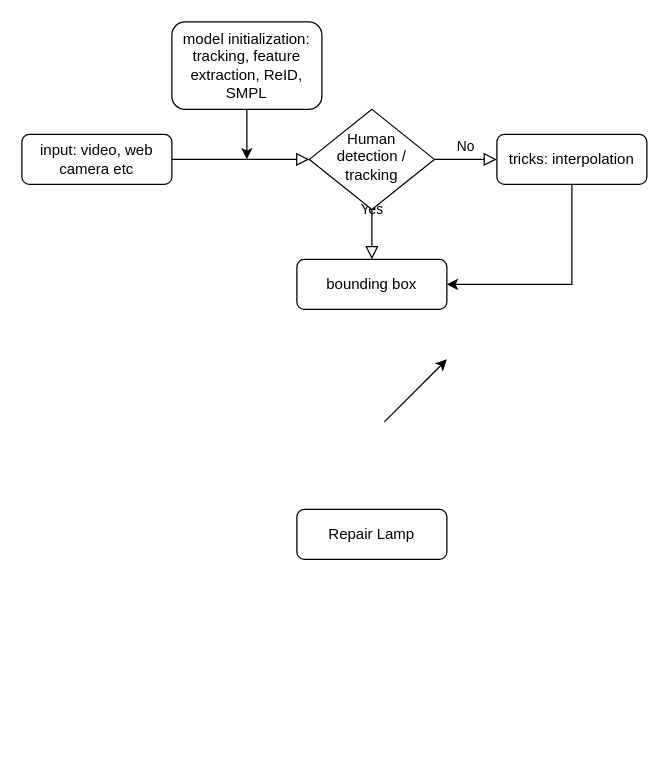
Before: suiying_pipeline.drawio in zhewei-mt/zhewei-mt, a draw.io diagram. Source tidied: cells renumbered, new cells numbered last; positions are measured from the earlier drawing's top-left corner, leaving out a move shared by most shapes. Both pictures are drawn from the tidied source at 125%, with x=0, y=0 at pixel (21, 21).
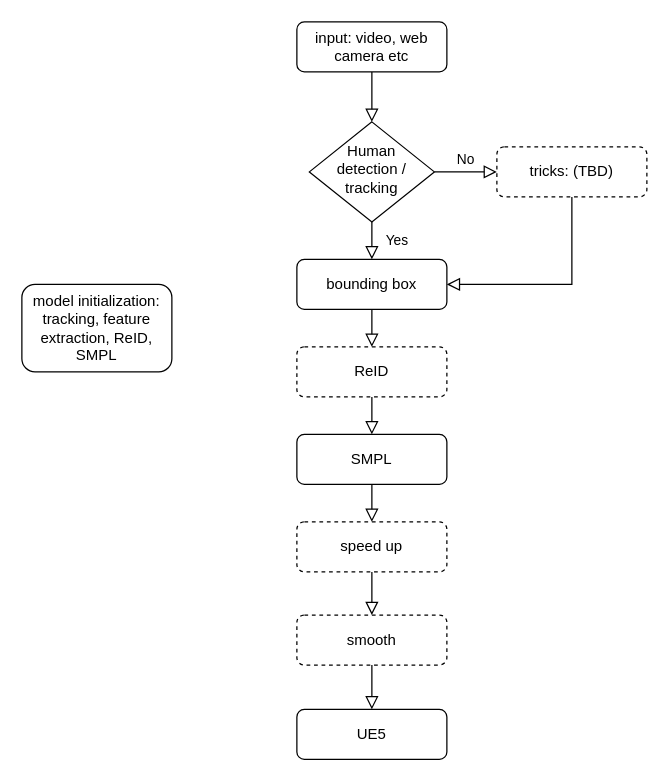
After the change.

Unchanged cells that the change refers to:
```xml
<mxCell id="10" value="bounding box" style="rounded=1;whiteSpace=wrap;html=1;fontSize=12;glass=0;strokeWidth=1;shadow=0;" parent="1" vertex="1">
  <mxGeometry x="220" y="190" width="120" height="40" as="geometry" />
</mxCell>
```

What changed in the source:
```diff
@@
     <mxCell id="3" value="input: video, web camera etc" style="rounded=1;whiteSpace=wrap;html=1;fontSize=12;glass=0;strokeWidth=1;shadow=0;" parent="1" vertex="1">
-      <mxGeometry y="90" width="120" height="40" as="geometry" />
+      <mxGeometry x="220" width="120" height="40" as="geometry" />
     </mxCell>
@@
     <mxCell id="6" value="Human detection / tracking" style="rhombus;whiteSpace=wrap;html=1;shadow=0;fontFamily=Helvetica;fontSize=12;align=center;strokeWidth=1;spacing=6;spacingTop=-4;" parent="1" vertex="1">
-      <mxGeometry x="230" y="70" width="100" height="80" as="geometry" />
+      <mxGeometry x="230" y="80" width="100" height="80" as="geometry" />
     </mxCell>
-    <mxCell id="7" style="edgeStyle=orthogonalEdgeStyle;rounded=0;jettySize=auto;html=1;exitX=0.5;exitY=1;exitDx=0;exitDy=0;entryX=1;entryY=0.5;entryDx=0;entryDy=0;" parent="1" edge="1" source="8" target="10">
-      <mxGeometry relative="1" as="geometry" />
-    </mxCell>
-    <mxCell id="8" value="tricks: interpolation" style="rounded=1;whiteSpace=wrap;html=1;fontSize=12;glass=0;strokeWidth=1;shadow=0;" parent="1" vertex="1">
-      <mxGeometry x="380" y="90" width="120" height="40" as="geometry" />
+    <mxCell id="8" value="tricks: (TBD)" style="rounded=1;whiteSpace=wrap;html=1;fontSize=12;glass=0;strokeWidth=1;shadow=0;dashed=1;" parent="1" vertex="1">
+      <mxGeometry x="380" y="100" width="120" height="40" as="geometry" />
     </mxCell>
-    <mxCell id="9" value="Repair Lamp" style="rounded=1;whiteSpace=wrap;html=1;fontSize=12;glass=0;strokeWidth=1;shadow=0;" parent="1" vertex="1">
-      <mxGeometry x="220" y="390" width="120" height="40" as="geometry" />
+    <mxCell id="9" value="SMPL" style="rounded=1;whiteSpace=wrap;html=1;fontSize=12;glass=0;strokeWidth=1;shadow=0;" parent="1" vertex="1">
+      <mxGeometry x="220" y="330" width="120" height="40" as="geometry" />
     </mxCell>
@@
-    <mxCell id="11" style="edgeStyle=orthogonalEdgeStyle;rounded=0;jettySize=auto;html=1;exitX=0.5;exitY=1;exitDx=0;exitDy=0;" parent="1" edge="1" source="12">
-      <mxGeometry relative="1" as="geometry">
-        <mxPoint x="180" y="110" as="targetPoint" />
-      </mxGeometry>
-    </mxCell>
     <mxCell id="12" value="model initialization: tracking, feature extraction, ReID, SMPL" style="rounded=1;whiteSpace=wrap;html=1;fontSize=12;glass=0;strokeWidth=1;shadow=0;" parent="1" vertex="1">
-      <mxGeometry x="120" width="120" height="70" as="geometry" />
+      <mxGeometry y="210" width="120" height="70" as="geometry" />
     </mxCell>
-    <mxCell id="13" style="endArrow=classic;html=1;rounded=0;" parent="1" edge="1">
-      <mxGeometry relative="1" as="geometry">
-        <mxPoint x="290" y="320" as="sourcePoint" />
-        <mxPoint x="340" y="270" as="targetPoint" />
-      </mxGeometry>
-    </mxCell>
+    <mxCell id="7" style="rounded=0;html=1;jettySize=auto;fontSize=11;endArrow=block;endFill=0;endSize=8;strokeWidth=1;shadow=0;labelBackgroundColor=none;edgeStyle=orthogonalEdgeStyle;exitX=0.5;exitY=1;exitDx=0;exitDy=0;entryX=1;entryY=0.5;entryDx=0;entryDy=0;" parent="1" edge="1" source="8" target="10">
+      <mxGeometry relative="1" as="geometry" />
+    </mxCell>
+    <mxCell id="14" value="ReID" style="rounded=1;whiteSpace=wrap;html=1;fontSize=12;glass=0;strokeWidth=1;shadow=0;dashed=1;" parent="1" vertex="1">
+      <mxGeometry x="220" y="260" width="120" height="40" as="geometry" />
+    </mxCell>
+    <mxCell id="15" style="rounded=0;html=1;jettySize=auto;fontSize=11;endArrow=block;endFill=0;endSize=8;strokeWidth=1;shadow=0;labelBackgroundColor=none;edgeStyle=orthogonalEdgeStyle;exitX=0.5;exitY=1;exitDx=0;exitDy=0;entryX=0.5;entryY=0;entryDx=0;entryDy=0;" parent="1" edge="1" source="10" target="14">
+      <mxGeometry relative="1" as="geometry" />
+    </mxCell>
+    <mxCell id="16" style="rounded=0;html=1;jettySize=auto;fontSize=11;endArrow=block;endFill=0;endSize=8;strokeWidth=1;shadow=0;labelBackgroundColor=none;edgeStyle=orthogonalEdgeStyle;exitX=0.5;exitY=1;exitDx=0;exitDy=0;entryX=0.5;entryY=0;entryDx=0;entryDy=0;" parent="1" edge="1" source="14" target="9">
+      <mxGeometry relative="1" as="geometry" />
+    </mxCell>
+    <mxCell id="17" value="speed up" style="rounded=1;whiteSpace=wrap;html=1;fontSize=12;glass=0;strokeWidth=1;shadow=0;dashed=1;" parent="1" vertex="1">
+      <mxGeometry x="220" y="400" width="120" height="40" as="geometry" />
+    </mxCell>
+    <mxCell id="18" value="smooth" style="rounded=1;whiteSpace=wrap;html=1;fontSize=12;glass=0;strokeWidth=1;shadow=0;dashed=1;" parent="1" vertex="1">
+      <mxGeometry x="220" y="474.5" width="120" height="40" as="geometry" />
+    </mxCell>
+    <mxCell id="19" style="rounded=0;html=1;jettySize=auto;fontSize=11;endArrow=block;endFill=0;endSize=8;strokeWidth=1;shadow=0;labelBackgroundColor=none;edgeStyle=orthogonalEdgeStyle;exitX=0.5;exitY=1;exitDx=0;exitDy=0;entryX=0.5;entryY=0;entryDx=0;entryDy=0;" parent="1" edge="1" source="9" target="17">
+      <mxGeometry relative="1" as="geometry" />
+    </mxCell>
+    <mxCell id="20" style="rounded=0;html=1;jettySize=auto;fontSize=11;endArrow=block;endFill=0;endSize=8;strokeWidth=1;shadow=0;labelBackgroundColor=none;edgeStyle=orthogonalEdgeStyle;exitX=0.5;exitY=1;exitDx=0;exitDy=0;entryX=0.5;entryY=0;entryDx=0;entryDy=0;" parent="1" edge="1" source="17" target="18">
+      <mxGeometry relative="1" as="geometry" />
+    </mxCell>
+    <mxCell id="21" value="UE5" style="rounded=1;whiteSpace=wrap;html=1;fontSize=12;glass=0;strokeWidth=1;shadow=0;" parent="1" vertex="1">
+      <mxGeometry x="220" y="550" width="120" height="40" as="geometry" />
+    </mxCell>
+    <mxCell id="22" style="rounded=0;html=1;jettySize=auto;fontSize=11;endArrow=block;endFill=0;endSize=8;strokeWidth=1;shadow=0;labelBackgroundColor=none;edgeStyle=orthogonalEdgeStyle;exitX=0.5;exitY=1;exitDx=0;exitDy=0;entryX=0.5;entryY=0;entryDx=0;entryDy=0;" parent="1" edge="1" source="18" target="21">
+      <mxGeometry relative="1" as="geometry" />
+    </mxCell>
```
